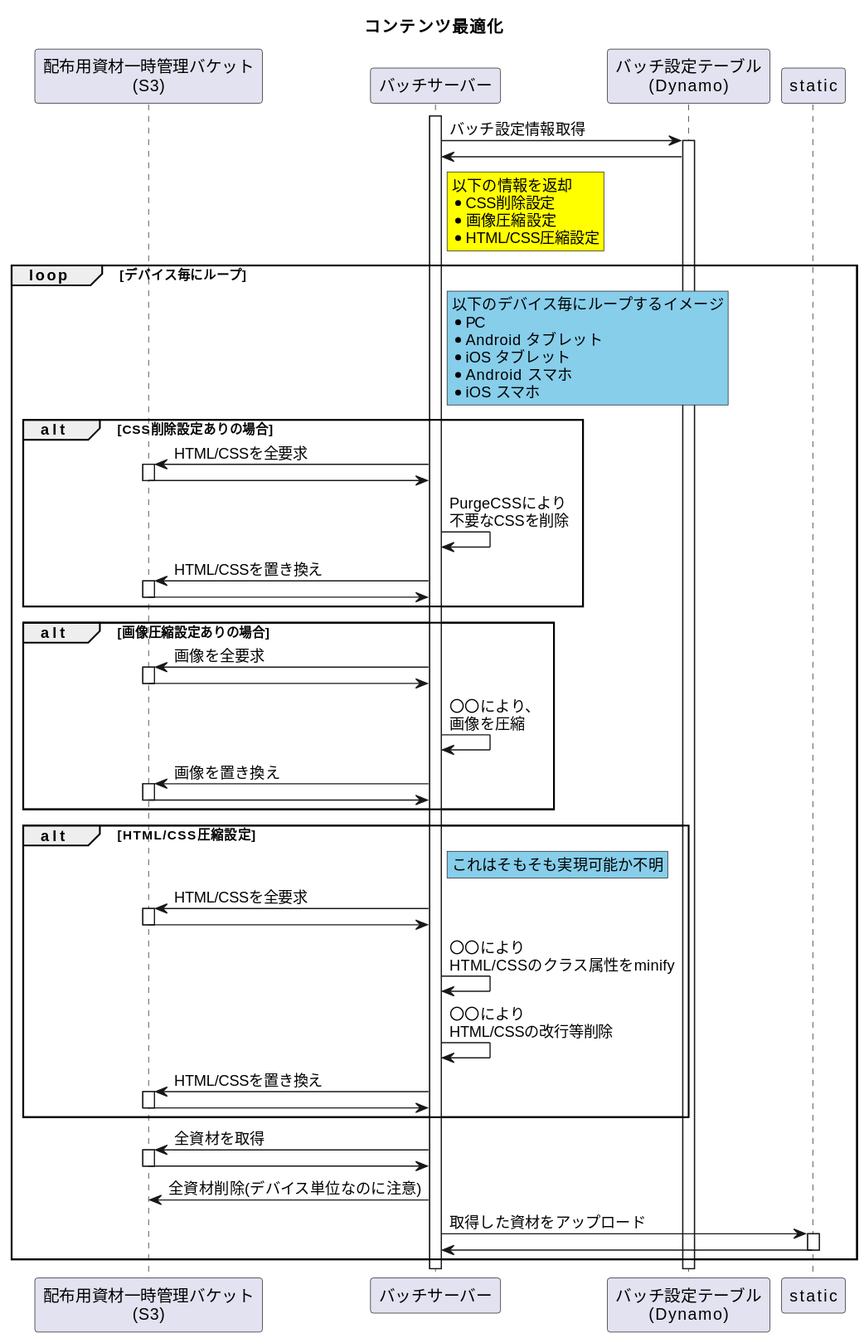
Earlier version of the PlantUML export 01_Sequences/02_BlogCreate/02_BlogCreate_Flow/optimizeContentsFlow.svg (Sonic-Host/documents).
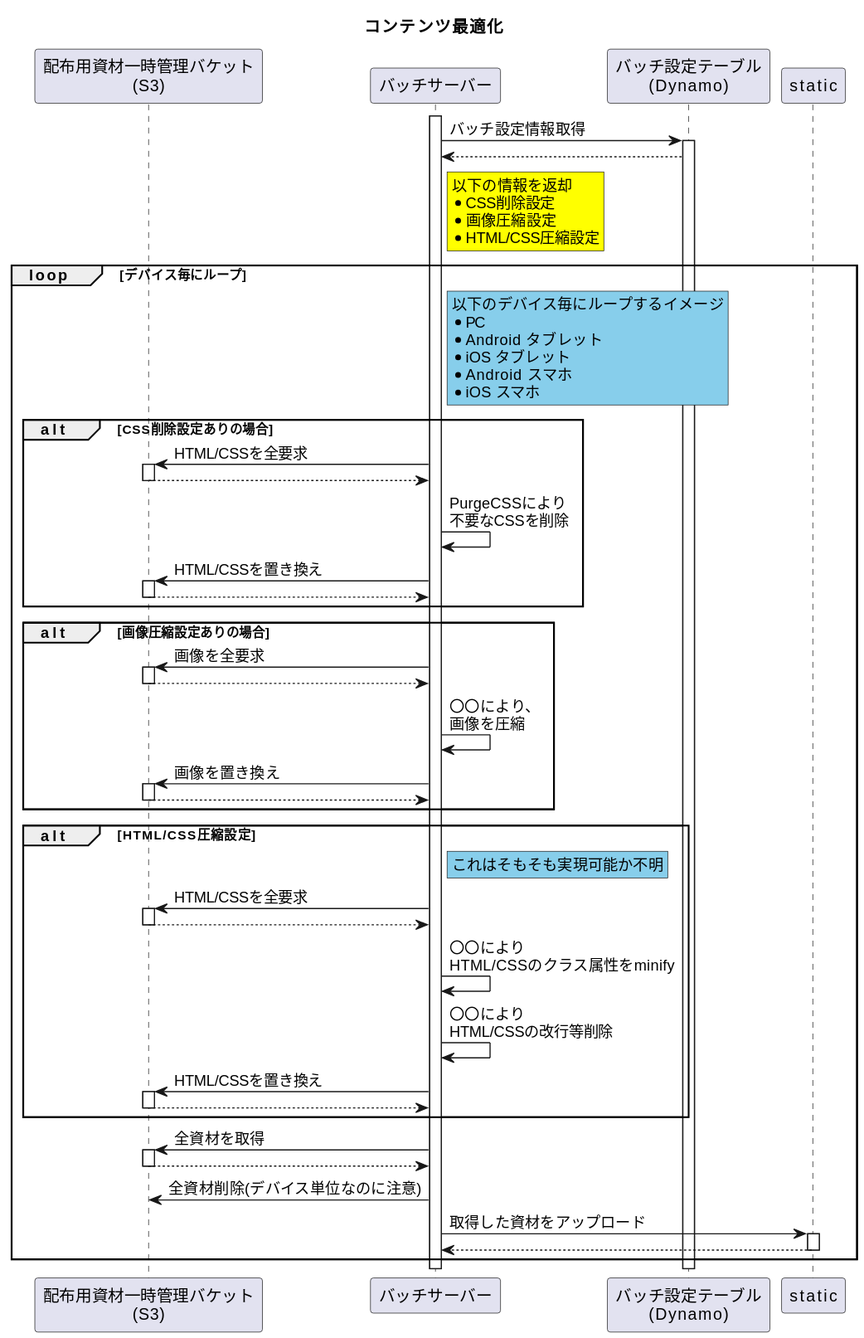
The same file after the commit.

What changed in the source:
```diff
@@ -8,7 +8,7 @@
 
 activate batch
 batch -> batchSeting ++ : バッチ設定情報取得
-batch <- batchSeting
+batch <-- batchSeting
 rnote right of batch #Yellow
     以下の情報を返却
     * CSS削除設定
@@ -26,33 +26,33 @@
     end note
     alt CSS削除設定ありの場合
         batch -> tmp ++ : HTML/CSSを全要求
-        batch <- tmp --
+        batch <-- tmp --
         batch -> batch : PurgeCSSにより\n不要なCSSを削除
         batch -> tmp ++ : HTML/CSSを置き換え
-        batch <- tmp --
+        batch <-- tmp --
     end
     alt 画像圧縮設定ありの場合
         batch -> tmp ++ : 画像を全要求
-        batch <- tmp --
+        batch <-- tmp --
         batch -> batch : 〇〇により、\n画像を圧縮
         batch -> tmp ++ : 画像を置き換え
-        batch <- tmp --
+        batch <-- tmp --
     end
     alt HTML/CSS圧縮設定
     rnote right of batch #SkyBlue
         これはそもそも実現可能か不明
     end note
     batch -> tmp ++ : HTML/CSSを全要求
-    batch <- tmp --
+    batch <-- tmp --
     batch -> batch : 〇〇により\nHTML/CSSのクラス属性をminify
     batch -> batch : 〇〇により\nHTML/CSSの改行等削除
     batch -> tmp ++ : HTML/CSSを置き換え
-    batch <- tmp --
+    batch <-- tmp --
     end
     batch -> tmp ++ : 全資材を取得
-    batch <- tmp --
+    batch <-- tmp --
     batch -> tmp : 全資材削除(デバイス単位なのに注意)
     batch -> static ++ : 取得した資材をアップロード
-    batch <- static --
+    batch <-- static --
 end
 @enduml
```
